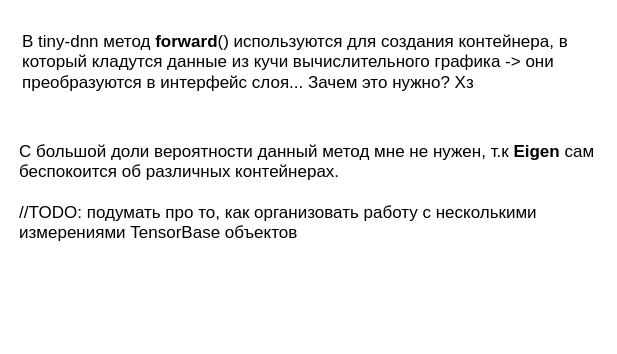
Above: page "layer::forward" (2 of 9) of logic.drawio in xsdnn/xsdnn (draw.io), before the change. Source tidied: cells renumbered, new cells numbered last; positions are measured from the earlier drawing's top-left corner, leaving out a move shared by most shapes. Both pictures are drawn from the tidied source at 100%, with x=0, y=0 at pixel (17, 17).
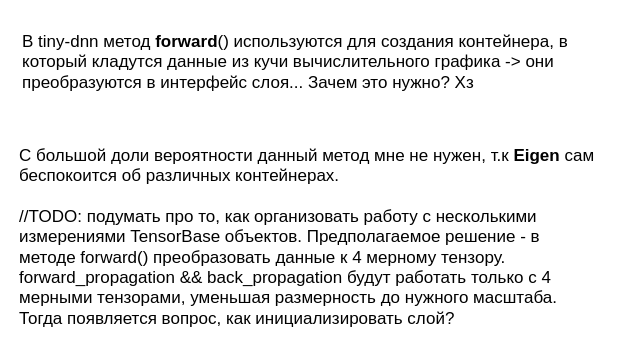
The same diagram, later.

What changed in the source:
```diff
@@
 <mxGraphModel>
   <root>
     <mxCell id="0" />
     <mxCell id="1" parent="0" />
     <mxCell id="2" value="&lt;font style=&quot;font-size: 17px;&quot;&gt;В tiny-dnn метод &lt;b&gt;forward&lt;/b&gt;() используются для создания контейнера, в который кладутся данные из кучи вычислительного графика -&amp;gt; они преобразуются в интерфейс слоя... Зачем это нужно? Хз&lt;/font&gt;" style="text;html=1;strokeColor=none;fillColor=none;align=left;verticalAlign=middle;whiteSpace=wrap;rounded=0;" parent="1" vertex="1">
       <mxGeometry x="3" width="580" height="90" as="geometry" />
     </mxCell>
-    <mxCell id="3" value="С большой доли вероятности данный метод мне не нужен, т.к &lt;b&gt;Eigen&lt;/b&gt; сам беспокоится об различных контейнерах.&lt;br&gt;&lt;br&gt;//TODO: подумать про то, как организовать работу с несколькими измерениями TensorBase объектов" style="text;html=1;strokeColor=none;fillColor=none;align=left;verticalAlign=middle;whiteSpace=wrap;rounded=0;fontSize=17;" parent="1" vertex="1">
-      <mxGeometry y="120" width="580" height="110" as="geometry" />
+    <mxCell id="3" value="С большой доли вероятности данный метод мне не нужен, т.к &lt;b&gt;Eigen&lt;/b&gt; сам беспокоится об различных контейнерах.&lt;br&gt;&lt;br&gt;//TODO: подумать про то, как организовать работу с несколькими измерениями TensorBase объектов. Предполагаемое решение - в методе forward() преобразовать данные к 4 мерному тензору. forward_propagation &amp;amp;&amp;amp; back_propagation будут работать только с 4 мерными тензорами, уменьшая размерность до нужного масштаба. Тогда появляется вопрос, как инициализировать слой?&amp;nbsp;" style="text;html=1;strokeColor=none;fillColor=none;align=left;verticalAlign=middle;whiteSpace=wrap;rounded=0;fontSize=17;" parent="1" vertex="1">
+      <mxGeometry y="120" width="580" height="200" as="geometry" />
     </mxCell>
   </root>
 </mxGraphModel>
```
